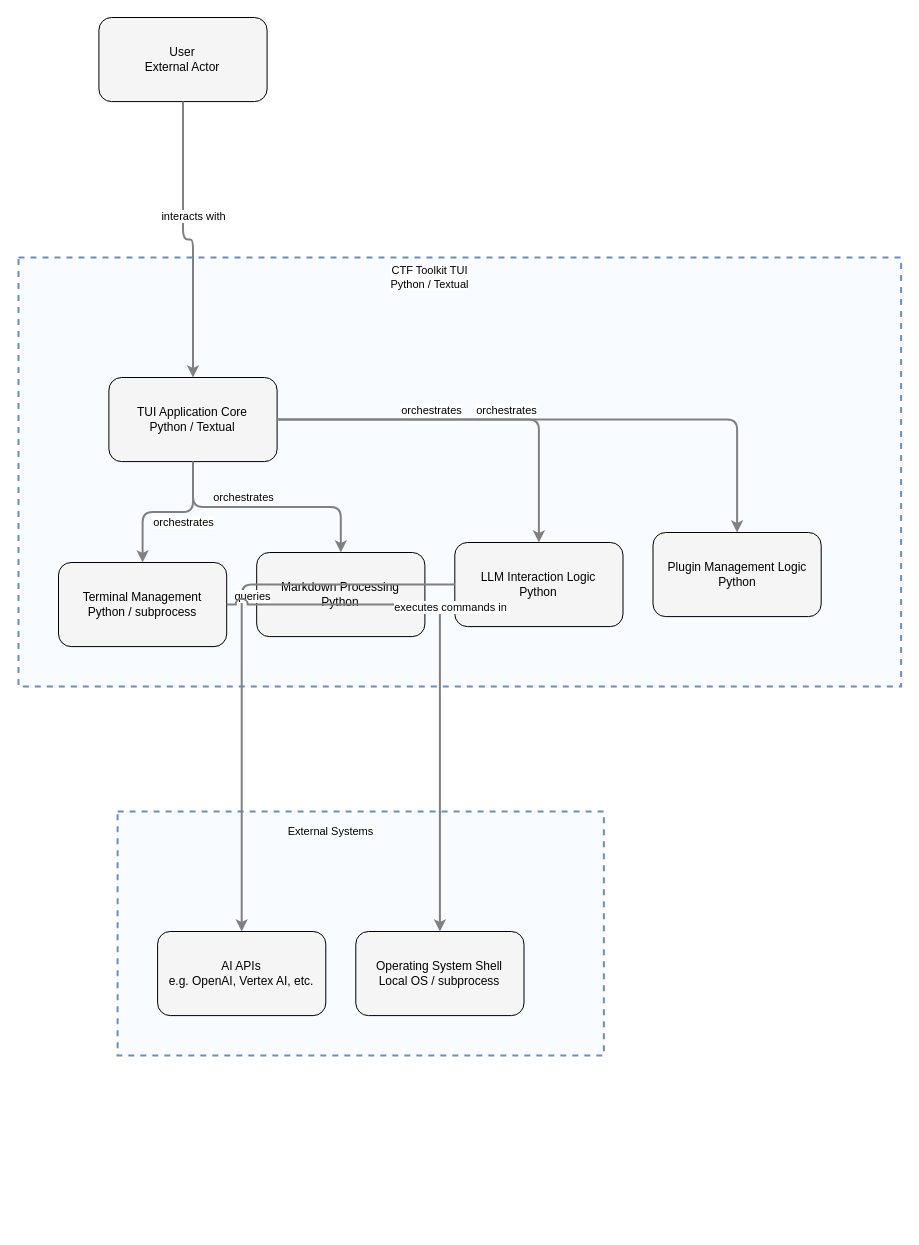
The draw.io diagram docs/CTF-Toolkit-Overview.drawio in TheRealFREDP3D/CTF-TUI, before the edit. Source tidied: cells renumbered, new cells numbered last; positions are measured from the earlier drawing's top-left corner, leaving out a move shared by most shapes. Both pictures are drawn from the tidied source at 100%, with x=0, y=0 at pixel (18, 17).
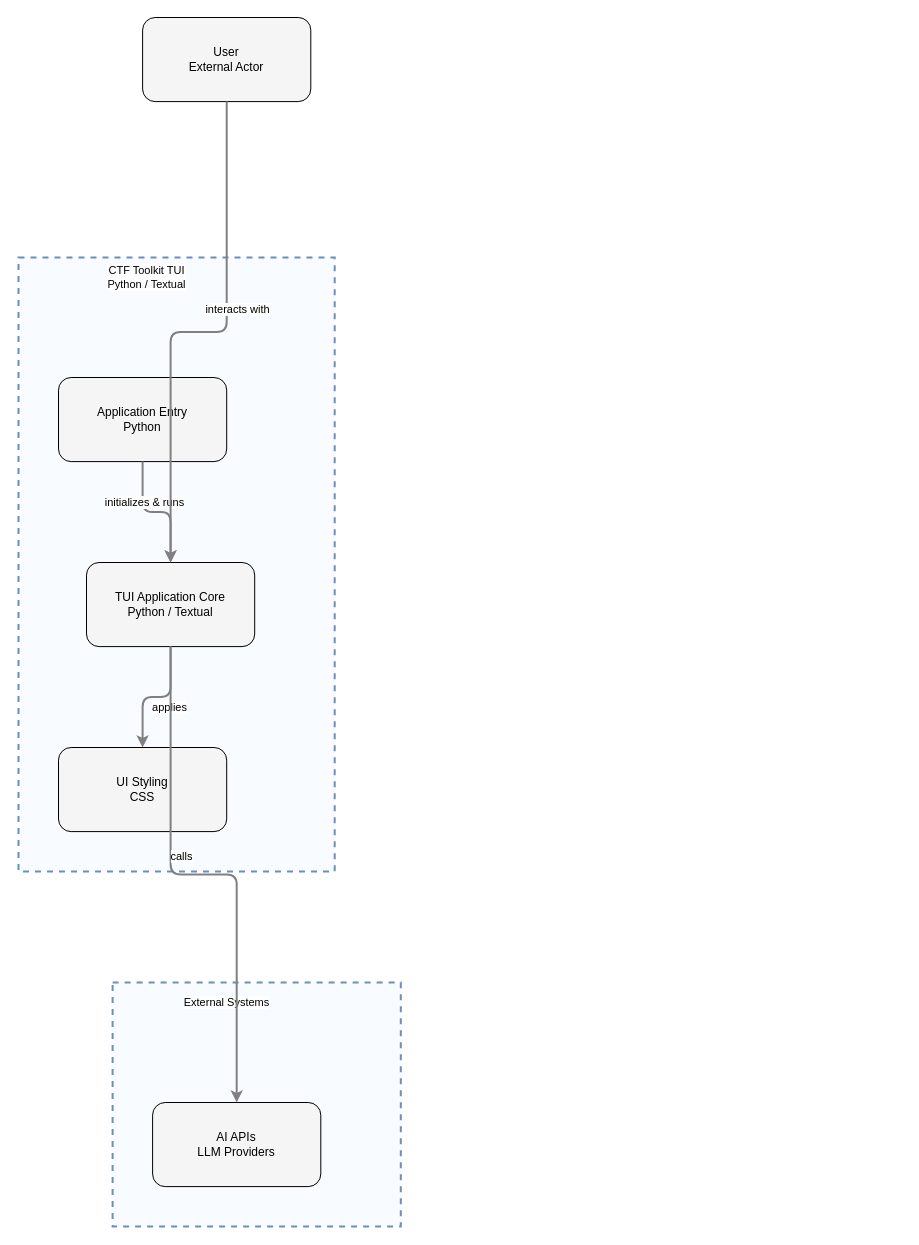
After the change.

Commit message (it also covers changes not shown here):
<think> Okay, so I'm trying to understand this commit message from the codebase. The user provided a commit message that's quite detailed, but I need to break it down into manageable parts.

Change to the diagram source:
```diff
@@
-    <mxCell id="2" style="html=1;whiteSpace=wrap;fillColor=#dae8fc;strokeColor=#6c8ebf;dashed=1;fillOpacity=20;strokeWidth=2;containerType=none;" parent="1" vertex="1">
-      <mxGeometry x="99.1" y="794" width="486.3" height="244.1" as="geometry" />
-    </mxCell>
+    <mxCell id="28" style="html=1;whiteSpace=wrap;fillColor=#dae8fc;strokeColor=#6c8ebf;dashed=1;fillOpacity=20;strokeWidth=2;containerType=none;" parent="1" vertex="1">
+      <mxGeometry x="94.1" y="965" width="288.2" height="244.1" as="geometry" />
+    </mxCell>
     <mxCell id="3" value="External Systems" style="edgeLabel;html=1;align=center;verticalAlign=middle;labelBackgroundColor=white;spacing=5;" parent="1" vertex="1">
-      <mxGeometry x="107.1" y="802" width="410.3" height="24" as="geometry" />
+      <mxGeometry x="102.1" y="973" width="212.2" height="24" as="geometry" />
     </mxCell>
-    <mxCell id="4" style="html=1;whiteSpace=wrap;fillColor=#dae8fc;strokeColor=#6c8ebf;dashed=1;fillOpacity=20;strokeWidth=2;containerType=none;" parent="1" vertex="1">
-      <mxGeometry y="240" width="882.6" height="429.1" as="geometry" />
-    </mxCell>
+    <mxCell id="29" style="html=1;whiteSpace=wrap;fillColor=#dae8fc;strokeColor=#6c8ebf;dashed=1;fillOpacity=20;strokeWidth=2;containerType=none;" parent="1" vertex="1">
+      <mxGeometry y="240" width="316.2" height="614.1" as="geometry" />
+    </mxCell>
     <mxCell id="5" value="CTF Toolkit TUI&lt;br&gt;Python / Textual" style="edgeLabel;html=1;align=center;verticalAlign=middle;labelBackgroundColor=white;spacing=5;" parent="1" vertex="1">
-      <mxGeometry x="8" y="248" width="806.6" height="24" as="geometry" />
+      <mxGeometry x="8" y="248" width="240.2" height="24" as="geometry" />
     </mxCell>
     <mxCell id="6" value="User&lt;br&gt;External Actor" style="rounded=1;whiteSpace=wrap;html=1;fillColor=#f5f5f5;" parent="1" vertex="1">
-      <mxGeometry x="80.4" width="168.2" height="84.1" as="geometry" />
+      <mxGeometry x="124.1" width="168.2" height="84.1" as="geometry" />
     </mxCell>
+    <mxCell id="30" value="Application Entry&lt;br&gt;Python" style="rounded=1;whiteSpace=wrap;html=1;fillColor=#f5f5f5;" parent="29" vertex="1">
+      <mxGeometry x="40" y="120" width="168.2" height="84.1" as="geometry" />
+    </mxCell>
-    <mxCell id="7" value="TUI Application Core&lt;br&gt;Python / Textual" style="rounded=1;whiteSpace=wrap;html=1;fillColor=#f5f5f5;" parent="4" vertex="1">
-      <mxGeometry x="90.4" y="120" width="168.2" height="84.1" as="geometry" />
+    <mxCell id="7" value="TUI Application Core&lt;br&gt;Python / Textual" style="rounded=1;whiteSpace=wrap;html=1;fillColor=#f5f5f5;" parent="29" vertex="1">
+      <mxGeometry x="68" y="305" width="168.2" height="84.1" as="geometry" />
     </mxCell>
-    <mxCell id="8" value="Terminal Management&lt;br&gt;Python / subprocess" style="rounded=1;whiteSpace=wrap;html=1;fillColor=#f5f5f5;" parent="4" vertex="1">
-      <mxGeometry x="40" y="305" width="168.2" height="84.1" as="geometry" />
-    </mxCell>
-    <mxCell id="9" value="Markdown Processing&lt;br&gt;Python" style="rounded=1;whiteSpace=wrap;html=1;fillColor=#f5f5f5;" parent="4" vertex="1">
-      <mxGeometry x="238.2" y="295" width="168.2" height="84.1" as="geometry" />
-    </mxCell>
-    <mxCell id="10" value="LLM Interaction Logic&lt;br&gt;Python" style="rounded=1;whiteSpace=wrap;html=1;fillColor=#f5f5f5;" parent="4" vertex="1">
-      <mxGeometry x="436.3" y="285" width="168.2" height="84.1" as="geometry" />
-    </mxCell>
-    <mxCell id="11" value="Plugin Management Logic&lt;br&gt;Python" style="rounded=1;whiteSpace=wrap;html=1;fillColor=#f5f5f5;" parent="4" vertex="1">
-      <mxGeometry x="634.5" y="275" width="168.2" height="84.1" as="geometry" />
-    </mxCell>
-    <mxCell id="12" value="AI APIs&lt;br&gt;e.g. OpenAI, Vertex AI, etc." style="rounded=1;whiteSpace=wrap;html=1;fillColor=#f5f5f5;" parent="2" vertex="1">
-      <mxGeometry x="40" y="120" width="168.2" height="84.1" as="geometry" />
-    </mxCell>
-    <mxCell id="13" value="Operating System Shell&lt;br&gt;Local OS / subprocess" style="rounded=1;whiteSpace=wrap;html=1;fillColor=#f5f5f5;" parent="2" vertex="1">
-      <mxGeometry x="238.2" y="120" width="168.2" height="84.1" as="geometry" />
-    </mxCell>
+    <mxCell id="31" value="UI Styling&lt;br&gt;CSS" style="rounded=1;whiteSpace=wrap;html=1;fillColor=#f5f5f5;" parent="29" vertex="1">
+      <mxGeometry x="40" y="490" width="168.2" height="84.1" as="geometry" />
+    </mxCell>
+    <mxCell id="32" value="AI APIs&lt;br&gt;LLM Providers" style="rounded=1;whiteSpace=wrap;html=1;fillColor=#f5f5f5;" parent="28" vertex="1">
+      <mxGeometry x="40" y="120" width="168.2" height="84.1" as="geometry" />
+    </mxCell>
+    <mxCell id="33" style="edgeStyle=orthogonalEdgeStyle;rounded=1;jettySize=auto;html=1;strokeColor=#808080;strokeWidth=2;jumpStyle=arc;jumpSize=10;spacing=15;labelBackgroundColor=white;labelBorderColor=none;" parent="1" edge="1" source="30" target="7">
+      <mxGeometry relative="1" as="geometry" />
+    </mxCell>
+    <mxCell id="34" value="initializes &amp; runs" style="edgeLabel;html=1;align=center;verticalAlign=middle;" parent="33" vertex="1">
+      <mxGeometry x="-0.2" y="10" relative="1" as="geometry" />
+    </mxCell>
@@
-    <mxCell id="16" style="edgeStyle=orthogonalEdgeStyle;rounded=1;jettySize=auto;html=1;strokeColor=#808080;strokeWidth=2;jumpStyle=arc;jumpSize=10;spacing=15;labelBackgroundColor=white;labelBorderColor=none;" parent="1" edge="1" source="7" target="8">
-      <mxGeometry relative="1" as="geometry" />
-    </mxCell>
-    <mxCell id="17" value="orchestrates" style="edgeLabel;html=1;align=center;verticalAlign=middle;" parent="16" vertex="1">
-      <mxGeometry x="-0.2" y="10" relative="1" as="geometry" />
-    </mxCell>
-    <mxCell id="18" style="edgeStyle=orthogonalEdgeStyle;rounded=1;jettySize=auto;html=1;strokeColor=#808080;strokeWidth=2;jumpStyle=arc;jumpSize=10;spacing=15;labelBackgroundColor=white;labelBorderColor=none;" parent="1" edge="1" source="7" target="9">
-      <mxGeometry relative="1" as="geometry" />
-    </mxCell>
-    <mxCell id="19" value="orchestrates" style="edgeLabel;html=1;align=center;verticalAlign=middle;" parent="18" vertex="1">
-      <mxGeometry x="-0.2" y="10" relative="1" as="geometry" />
-    </mxCell>
-    <mxCell id="20" style="edgeStyle=orthogonalEdgeStyle;rounded=1;jettySize=auto;html=1;strokeColor=#808080;strokeWidth=2;jumpStyle=arc;jumpSize=10;spacing=15;labelBackgroundColor=white;labelBorderColor=none;" parent="1" edge="1" source="7" target="10">
-      <mxGeometry relative="1" as="geometry" />
-    </mxCell>
-    <mxCell id="21" value="orchestrates" style="edgeLabel;html=1;align=center;verticalAlign=middle;" parent="20" vertex="1">
-      <mxGeometry x="-0.2" y="10" relative="1" as="geometry" />
-    </mxCell>
-    <mxCell id="22" style="edgeStyle=orthogonalEdgeStyle;rounded=1;jettySize=auto;html=1;strokeColor=#808080;strokeWidth=2;jumpStyle=arc;jumpSize=10;spacing=15;labelBackgroundColor=white;labelBorderColor=none;" parent="1" edge="1" source="7" target="11">
-      <mxGeometry relative="1" as="geometry" />
-    </mxCell>
-    <mxCell id="23" value="orchestrates" style="edgeLabel;html=1;align=center;verticalAlign=middle;" parent="22" vertex="1">
-      <mxGeometry x="-0.2" y="10" relative="1" as="geometry" />
-    </mxCell>
-    <mxCell id="24" style="edgeStyle=orthogonalEdgeStyle;rounded=1;jettySize=auto;html=1;strokeColor=#808080;strokeWidth=2;jumpStyle=arc;jumpSize=10;spacing=15;labelBackgroundColor=white;labelBorderColor=none;" parent="1" edge="1" source="10" target="12">
-      <mxGeometry relative="1" as="geometry" />
-    </mxCell>
-    <mxCell id="25" value="queries" style="edgeLabel;html=1;align=center;verticalAlign=middle;" parent="24" vertex="1">
-      <mxGeometry x="-0.2" y="10" relative="1" as="geometry" />
-    </mxCell>
-    <mxCell id="26" style="edgeStyle=orthogonalEdgeStyle;rounded=1;jettySize=auto;html=1;strokeColor=#808080;strokeWidth=2;jumpStyle=arc;jumpSize=10;spacing=15;labelBackgroundColor=white;labelBorderColor=none;" parent="1" edge="1" source="8" target="13">
-      <mxGeometry relative="1" as="geometry" />
-    </mxCell>
-    <mxCell id="27" value="executes commands in" style="edgeLabel;html=1;align=center;verticalAlign=middle;" parent="26" vertex="1">
-      <mxGeometry x="-0.2" y="10" relative="1" as="geometry" />
-    </mxCell>
+    <mxCell id="35" style="edgeStyle=orthogonalEdgeStyle;rounded=1;jettySize=auto;html=1;strokeColor=#808080;strokeWidth=2;jumpStyle=arc;jumpSize=10;spacing=15;labelBackgroundColor=white;labelBorderColor=none;" parent="1" edge="1" source="7" target="31">
+      <mxGeometry relative="1" as="geometry" />
+    </mxCell>
+    <mxCell id="36" value="applies" style="edgeLabel;html=1;align=center;verticalAlign=middle;" parent="35" vertex="1">
+      <mxGeometry x="-0.2" y="10" relative="1" as="geometry" />
+    </mxCell>
+    <mxCell id="37" style="edgeStyle=orthogonalEdgeStyle;rounded=1;jettySize=auto;html=1;strokeColor=#808080;strokeWidth=2;jumpStyle=arc;jumpSize=10;spacing=15;labelBackgroundColor=white;labelBorderColor=none;" parent="1" edge="1" source="7" target="32">
+      <mxGeometry relative="1" as="geometry" />
+    </mxCell>
+    <mxCell id="38" value="calls" style="edgeLabel;html=1;align=center;verticalAlign=middle;" parent="37" vertex="1">
+      <mxGeometry x="-0.2" y="10" relative="1" as="geometry" />
+    </mxCell>
```
